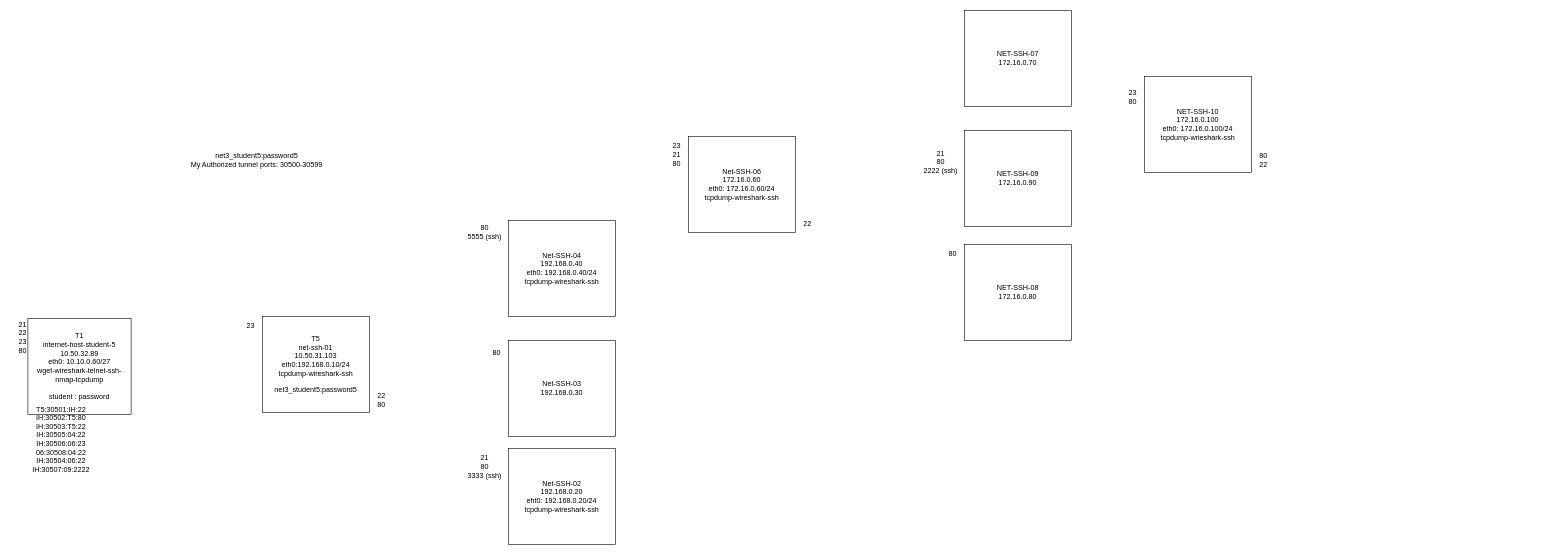
The draw.io diagram page "T5" (3 of 3) of Networking/Greenberg/Network Map.drawio in TheWaltuh/COSC-Notes, before the edit. Source tidied: cells renumbered, new cells numbered last; positions are measured from the earlier drawing's top-left corner, leaving out a move shared by most shapes. Both pictures are drawn from the tidied source at 60%, with x=0, y=0 at pixel (10, 10).
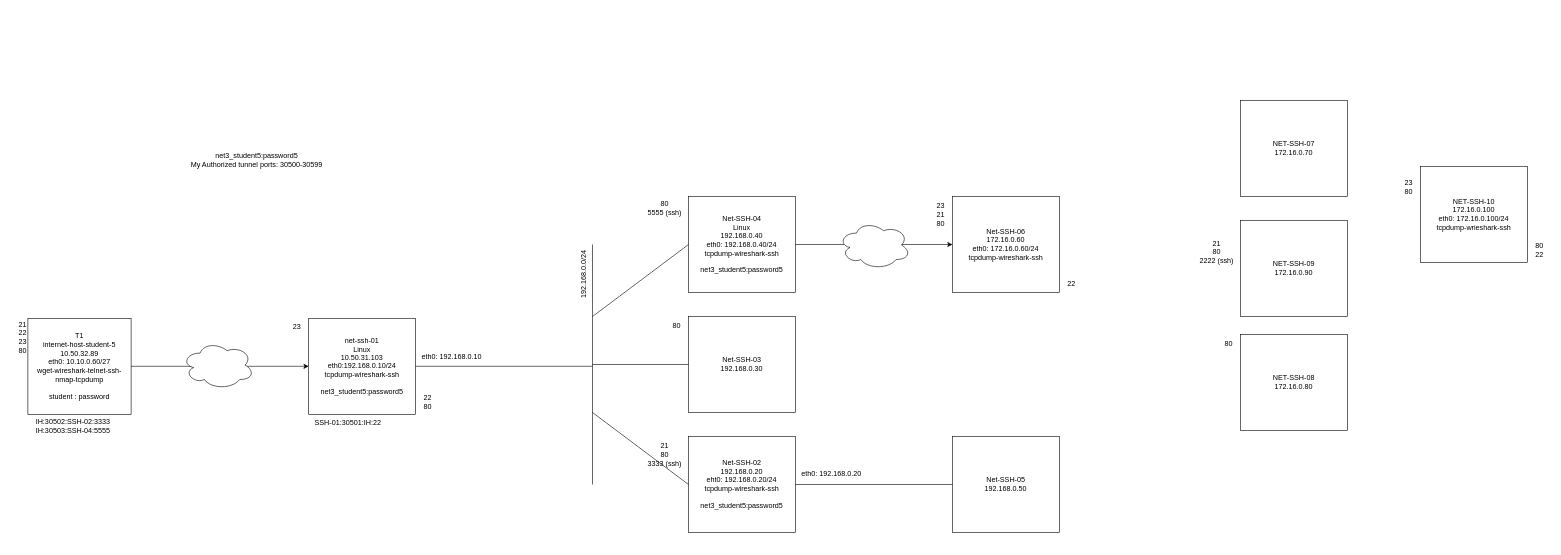
After the change.

The change refers to these unchanged cells:
```xml
<mxCell id="4" value="&lt;div&gt;T1&lt;br&gt;&lt;/div&gt;&lt;div&gt;internet-host-student-5&lt;br&gt;&lt;/div&gt;&lt;div&gt;10.50.32.89&lt;/div&gt;&lt;div&gt;eth0: 10.10.0.60/27&lt;/div&gt;&lt;div&gt;wget-wireshark-telnet-ssh-nmap-tcpdump&lt;/div&gt;&lt;div&gt;&lt;br&gt;&lt;/div&gt;&lt;div&gt;student : password&lt;br&gt;&lt;/div&gt;" style="rounded=0;whiteSpace=wrap;html=1;" parent="1" vertex="1">
  <mxGeometry x="29" y="513" width="172" height="160" as="geometry" />
</mxCell>
```

The edit, as a diff of the source:
```diff
@@
-    <mxCell id="3" value="&lt;div&gt;T5&lt;/div&gt;&lt;div&gt;net-ssh-01&lt;br&gt;&lt;/div&gt;&lt;div&gt;10.50.31.103&lt;/div&gt;&lt;div&gt;eth0:192.168.0.10/24&lt;/div&gt;&lt;div&gt;tcpdump-wireshark-ssh&lt;/div&gt;&lt;div&gt;&lt;br&gt;&lt;/div&gt;&lt;div&gt;net3_student5:password5&lt;br&gt;&lt;/div&gt;" style="rounded=0;whiteSpace=wrap;html=1;" parent="1" vertex="1">
-      <mxGeometry x="420" y="510" width="178" height="160" as="geometry" />
+    <mxCell id="3" value="&lt;div&gt;net-ssh-01&lt;br&gt;&lt;/div&gt;&lt;div&gt;Linux&lt;br&gt;&lt;/div&gt;&lt;div&gt;10.50.31.103&lt;/div&gt;&lt;div&gt;eth0:192.168.0.10/24&lt;/div&gt;&lt;div&gt;tcpdump-wireshark-ssh&lt;/div&gt;&lt;div&gt;&lt;br&gt;&lt;/div&gt;&lt;div&gt;net3_student5:password5&lt;br&gt;&lt;/div&gt;" style="rounded=0;whiteSpace=wrap;html=1;" parent="1" vertex="1">
+      <mxGeometry x="497" y="513" width="178" height="160" as="geometry" />
     </mxCell>
@@
     <mxCell id="6" value="23" style="text;html=1;align=center;verticalAlign=middle;strokeColor=none;fillColor=none;" parent="1" vertex="1">
-      <mxGeometry x="380" y="510" width="40" height="30" as="geometry" />
+      <mxGeometry x="457" y="513" width="40" height="30" as="geometry" />
     </mxCell>
     <mxCell id="7" value="&lt;div&gt;22&lt;/div&gt;&lt;div&gt;80&lt;br&gt;&lt;/div&gt;" style="text;html=1;align=center;verticalAlign=middle;strokeColor=none;fillColor=none;" parent="1" vertex="1">
-      <mxGeometry x="598" y="630" width="40" height="40" as="geometry" />
+      <mxGeometry x="675" y="633" width="40" height="40" as="geometry" />
     </mxCell>
-    <mxCell id="8" value="&lt;div&gt;T5:30501:IH:22&lt;/div&gt;&lt;div&gt;IH:30502:T5:80&lt;/div&gt;&lt;div&gt;IH:30503:T5:22&lt;/div&gt;&lt;div&gt;IH:30505:04:22&lt;/div&gt;&lt;div&gt;IH:30506:06:23&lt;/div&gt;&lt;div&gt;06:30508:04:22&lt;/div&gt;&lt;div&gt;IH:30504:06:22&lt;/div&gt;&lt;div&gt;IH:30507:09:2222&lt;br&gt;&lt;/div&gt;" style="text;html=1;align=center;verticalAlign=middle;strokeColor=none;fillColor=none;" parent="1" vertex="1">
-      <mxGeometry x="24" y="650" width="120" height="130" as="geometry" />
-    </mxCell>
-    <mxCell id="9" value="&lt;div&gt;Net-SSH-02&lt;br&gt;&lt;/div&gt;&lt;div&gt;192.168.0.20&lt;/div&gt;&lt;div&gt;eht0: 192.168.0.20/24&lt;/div&gt;&lt;div&gt;tcpdump-wireshark-ssh&lt;/div&gt;" style="rounded=0;whiteSpace=wrap;html=1;" parent="1" vertex="1">
-      <mxGeometry x="830" y="730" width="178" height="160" as="geometry" />
+    <mxCell id="9" value="&lt;div&gt;Net-SSH-02&lt;br&gt;&lt;/div&gt;&lt;div&gt;192.168.0.20&lt;/div&gt;&lt;div&gt;eht0: 192.168.0.20/24&lt;/div&gt;&lt;div&gt;tcpdump-wireshark-ssh&lt;/div&gt;&lt;div&gt;&lt;br&gt;&lt;/div&gt;&lt;div&gt;net3_student5:password5&lt;br&gt;&lt;/div&gt;" style="rounded=0;whiteSpace=wrap;html=1;" parent="1" vertex="1">
+      <mxGeometry x="1130" y="710" width="178" height="160" as="geometry" />
     </mxCell>
     <mxCell id="10" value="&lt;div&gt;21&lt;/div&gt;&lt;div&gt;80&lt;/div&gt;&lt;div&gt;3333 (ssh)&lt;br&gt;&lt;/div&gt;" style="text;html=1;align=center;verticalAlign=middle;strokeColor=none;fillColor=none;" parent="1" vertex="1">
-      <mxGeometry x="750" y="730" width="80" height="60" as="geometry" />
+      <mxGeometry x="1050" y="710" width="80" height="60" as="geometry" />
     </mxCell>
     <mxCell id="11" value="&lt;div&gt;Net-SSH-03&lt;br&gt;&lt;/div&gt;&lt;div&gt;192.168.0.30&lt;/div&gt;" style="rounded=0;whiteSpace=wrap;html=1;" parent="1" vertex="1">
-      <mxGeometry x="830" y="550" width="178" height="160" as="geometry" />
+      <mxGeometry x="1130" y="510" width="178" height="160" as="geometry" />
     </mxCell>
     <mxCell id="12" value="80" style="text;html=1;align=center;verticalAlign=middle;strokeColor=none;fillColor=none;" parent="1" vertex="1">
-      <mxGeometry x="790" y="555" width="40" height="30" as="geometry" />
+      <mxGeometry x="1090" y="510" width="40" height="30" as="geometry" />
     </mxCell>
-    <mxCell id="13" value="&lt;div&gt;Net-SSH-04&lt;br&gt;&lt;/div&gt;&lt;div&gt;192.168.0.40&lt;/div&gt;&lt;div&gt;eth0: 192.168.0.40/24&lt;/div&gt;&lt;div&gt;tcpdump-wireshark-ssh&lt;/div&gt;" style="rounded=0;whiteSpace=wrap;html=1;" parent="1" vertex="1">
-      <mxGeometry x="830" y="350" width="178" height="160" as="geometry" />
+    <mxCell id="13" value="&lt;div&gt;Net-SSH-04&lt;br&gt;&lt;/div&gt;&lt;div&gt;Linux&lt;br&gt;&lt;/div&gt;&lt;div&gt;192.168.0.40&lt;/div&gt;&lt;div&gt;eth0: 192.168.0.40/24&lt;/div&gt;&lt;div&gt;tcpdump-wireshark-ssh&lt;/div&gt;&lt;div&gt;&lt;br&gt;&lt;/div&gt;&lt;div&gt;net3_student5:password5&lt;br&gt;&lt;/div&gt;" style="rounded=0;whiteSpace=wrap;html=1;" parent="1" vertex="1">
+      <mxGeometry x="1130" y="310" width="178" height="160" as="geometry" />
     </mxCell>
     <mxCell id="14" value="&lt;div&gt;80&lt;/div&gt;&lt;div&gt;5555 (ssh)&lt;br&gt;&lt;/div&gt;" style="text;html=1;align=center;verticalAlign=middle;strokeColor=none;fillColor=none;" parent="1" vertex="1">
-      <mxGeometry x="750" y="350" width="80" height="40" as="geometry" />
+      <mxGeometry x="1050" y="310" width="80" height="40" as="geometry" />
     </mxCell>
     <mxCell id="15" value="&lt;div&gt;Net-SSH-06&lt;br&gt;&lt;/div&gt;&lt;div&gt;172.16.0.60&lt;/div&gt;&lt;div&gt;eth0: 172.16.0.60/24&lt;/div&gt;&lt;div&gt;tcpdump-wireshark-ssh&lt;/div&gt;" style="rounded=0;whiteSpace=wrap;html=1;" parent="1" vertex="1">
-      <mxGeometry x="1130" y="210" width="178" height="160" as="geometry" />
+      <mxGeometry x="1570" y="310" width="178" height="160" as="geometry" />
     </mxCell>
     <mxCell id="16" value="&lt;div&gt;23&lt;/div&gt;&lt;div&gt;21&lt;/div&gt;&lt;div&gt;80&lt;br&gt;&lt;/div&gt;" style="text;html=1;align=center;verticalAlign=middle;strokeColor=none;fillColor=none;" parent="1" vertex="1">
-      <mxGeometry x="1090" y="210" width="40" height="60" as="geometry" />
+      <mxGeometry x="1530" y="310" width="40" height="60" as="geometry" />
     </mxCell>
     <mxCell id="17" value="22" style="text;html=1;align=center;verticalAlign=middle;strokeColor=none;fillColor=none;" parent="1" vertex="1">
-      <mxGeometry x="1308" y="340" width="40" height="30" as="geometry" />
+      <mxGeometry x="1748" y="440" width="40" height="30" as="geometry" />
     </mxCell>
     <mxCell id="18" value="&lt;div&gt;NET-SSH-09&lt;/div&gt;&lt;div&gt;172.16.0.90&lt;br&gt;&lt;/div&gt;" style="rounded=0;whiteSpace=wrap;html=1;" parent="1" vertex="1">
-      <mxGeometry x="1590" y="200" width="178" height="160" as="geometry" />
+      <mxGeometry x="2050" y="350" width="178" height="160" as="geometry" />
     </mxCell>
     <mxCell id="19" value="&lt;div&gt;21&lt;/div&gt;&lt;div&gt;80&lt;/div&gt;&lt;div&gt;2222 (ssh)&lt;br&gt;&lt;/div&gt;" style="text;html=1;align=center;verticalAlign=middle;strokeColor=none;fillColor=none;" parent="1" vertex="1">
-      <mxGeometry x="1510" y="223" width="80" height="60" as="geometry" />
+      <mxGeometry x="1970" y="373" width="80" height="60" as="geometry" />
     </mxCell>
     <mxCell id="20" value="&lt;div&gt;NET-SSH-08&lt;/div&gt;&lt;div&gt;172.16.0.80&lt;br&gt;&lt;/div&gt;" style="rounded=0;whiteSpace=wrap;html=1;" parent="1" vertex="1">
-      <mxGeometry x="1590" y="390" width="178" height="160" as="geometry" />
+      <mxGeometry x="2050" y="540" width="178" height="160" as="geometry" />
     </mxCell>
     <mxCell id="21" value="80" style="text;html=1;align=center;verticalAlign=middle;strokeColor=none;fillColor=none;" parent="1" vertex="1">
-      <mxGeometry x="1550" y="390" width="40" height="30" as="geometry" />
+      <mxGeometry x="2010" y="540" width="40" height="30" as="geometry" />
     </mxCell>
     <mxCell id="22" value="&lt;div&gt;NET-SSH-10&lt;/div&gt;&lt;div&gt;172.16.0.100&lt;/div&gt;&lt;div&gt;eth0: 172.16.0.100/24&lt;/div&gt;&lt;div&gt;tcpdump-wrieshark-ssh&lt;br&gt;&lt;/div&gt;" style="rounded=0;whiteSpace=wrap;html=1;" parent="1" vertex="1">
-      <mxGeometry x="1890" y="110" width="178" height="160" as="geometry" />
+      <mxGeometry x="2350" y="260" width="178" height="160" as="geometry" />
     </mxCell>
     <mxCell id="23" value="&lt;div&gt;23&lt;/div&gt;&lt;div&gt;80&lt;br&gt;&lt;/div&gt;" style="text;html=1;align=center;verticalAlign=middle;strokeColor=none;fillColor=none;" parent="1" vertex="1">
-      <mxGeometry x="1850" y="125" width="40" height="40" as="geometry" />
+      <mxGeometry x="2310" y="275" width="40" height="40" as="geometry" />
     </mxCell>
     <mxCell id="24" value="&lt;div&gt;NET-SSH-07&lt;/div&gt;&lt;div&gt;172.16.0.70&lt;br&gt;&lt;/div&gt;" style="rounded=0;whiteSpace=wrap;html=1;" parent="1" vertex="1">
-      <mxGeometry x="1590" width="178" height="160" as="geometry" />
+      <mxGeometry x="2050" y="150" width="178" height="160" as="geometry" />
     </mxCell>
     <mxCell id="25" value="&lt;div&gt;80&lt;/div&gt;&lt;div&gt;22&lt;br&gt;&lt;/div&gt;" style="text;html=1;align=center;verticalAlign=middle;strokeColor=none;fillColor=none;" parent="1" vertex="1">
-      <mxGeometry x="2068" y="230" width="40" height="40" as="geometry" />
+      <mxGeometry x="2528" y="380" width="40" height="40" as="geometry" />
     </mxCell>
+    <mxCell id="26" value="SSH-01:30501:IH:22" style="text;html=1;align=center;verticalAlign=middle;strokeColor=none;fillColor=none;" parent="1" vertex="1">
+      <mxGeometry x="497" y="673" width="130" height="30" as="geometry" />
+    </mxCell>
+    <mxCell id="27" style="endArrow=classic;html=1;rounded=0;exitX=1;exitY=0.5;exitDx=0;exitDy=0;entryX=0;entryY=0.5;entryDx=0;entryDy=0;" parent="1" edge="1" source="4" target="3">
+      <mxGeometry relative="1" as="geometry" />
+    </mxCell>
+    <mxCell id="28" style="ellipse;shape=cloud;whiteSpace=wrap;html=1;" parent="1" vertex="1">
+      <mxGeometry x="286" y="551" width="120" height="80" as="geometry" />
+    </mxCell>
+    <mxCell id="29" style="endArrow=none;html=1;rounded=0;exitX=1;exitY=0.5;exitDx=0;exitDy=0;" parent="1" edge="1" source="3">
+      <mxGeometry relative="1" as="geometry">
+        <mxPoint x="970" y="593" as="targetPoint" />
+      </mxGeometry>
+    </mxCell>
+    <mxCell id="30" style="endArrow=none;html=1;rounded=0;" parent="1" edge="1">
+      <mxGeometry relative="1" as="geometry">
+        <mxPoint x="970" y="790" as="sourcePoint" />
+        <mxPoint x="970" y="390" as="targetPoint" />
+      </mxGeometry>
+    </mxCell>
+    <mxCell id="31" value="192.168.0.0/24" style="text;html=1;align=center;verticalAlign=middle;strokeColor=none;fillColor=none;rotation=-90;" parent="1" vertex="1">
+      <mxGeometry x="905" y="425" width="100" height="30" as="geometry" />
+    </mxCell>
+    <mxCell id="32" value="eth0: 192.168.0.10" style="text;html=1;align=center;verticalAlign=middle;strokeColor=none;fillColor=none;" parent="1" vertex="1">
+      <mxGeometry x="675" y="563" width="120" height="30" as="geometry" />
+    </mxCell>
+    <mxCell id="33" style="endArrow=none;html=1;rounded=0;entryX=0;entryY=0.5;entryDx=0;entryDy=0;" parent="1" edge="1" target="13">
+      <mxGeometry relative="1" as="geometry">
+        <mxPoint x="970" y="510" as="sourcePoint" />
+      </mxGeometry>
+    </mxCell>
+    <mxCell id="34" style="endArrow=none;html=1;rounded=0;entryX=0;entryY=0.5;entryDx=0;entryDy=0;" parent="1" edge="1" target="11">
+      <mxGeometry relative="1" as="geometry">
+        <mxPoint x="970" y="590" as="sourcePoint" />
+      </mxGeometry>
+    </mxCell>
+    <mxCell id="35" style="endArrow=none;html=1;rounded=0;entryX=0;entryY=0.5;entryDx=0;entryDy=0;" parent="1" edge="1" target="9">
+      <mxGeometry relative="1" as="geometry">
+        <mxPoint x="970" y="670" as="sourcePoint" />
+      </mxGeometry>
+    </mxCell>
+    <mxCell id="36" value="&lt;div&gt;Net-SSH-05&lt;br&gt;&lt;/div&gt;&lt;div&gt;192.168.0.50&lt;/div&gt;" style="rounded=0;whiteSpace=wrap;html=1;" parent="1" vertex="1">
+      <mxGeometry x="1570" y="710" width="178" height="160" as="geometry" />
+    </mxCell>
+    <mxCell id="37" style="endArrow=none;html=1;rounded=0;exitX=1;exitY=0.5;exitDx=0;exitDy=0;entryX=0;entryY=0.5;entryDx=0;entryDy=0;" parent="1" edge="1" source="9" target="36">
+      <mxGeometry relative="1" as="geometry" />
+    </mxCell>
+    <mxCell id="38" value="&lt;div&gt;IH:30502:SSH-02:3333&lt;/div&gt;&lt;div&gt;IH:30503:SSH-04:5555&lt;br&gt;&lt;/div&gt;" style="text;html=1;align=center;verticalAlign=middle;strokeColor=none;fillColor=none;" parent="1" vertex="1">
+      <mxGeometry x="29" y="673" width="150" height="40" as="geometry" />
+    </mxCell>
+    <mxCell id="39" value="eth0: 192.168.0.20" style="text;html=1;align=center;verticalAlign=middle;strokeColor=none;fillColor=none;" parent="1" vertex="1">
+      <mxGeometry x="1308" y="758" width="120" height="30" as="geometry" />
+    </mxCell>
+    <mxCell id="40" style="endArrow=classic;html=1;rounded=0;exitX=1;exitY=0.5;exitDx=0;exitDy=0;entryX=0;entryY=0.5;entryDx=0;entryDy=0;" parent="1" edge="1" source="13" target="15">
+      <mxGeometry relative="1" as="geometry" />
+    </mxCell>
+    <mxCell id="41" style="ellipse;shape=cloud;whiteSpace=wrap;html=1;" parent="1" vertex="1">
+      <mxGeometry x="1380" y="351" width="120" height="80" as="geometry" />
+    </mxCell>
```
